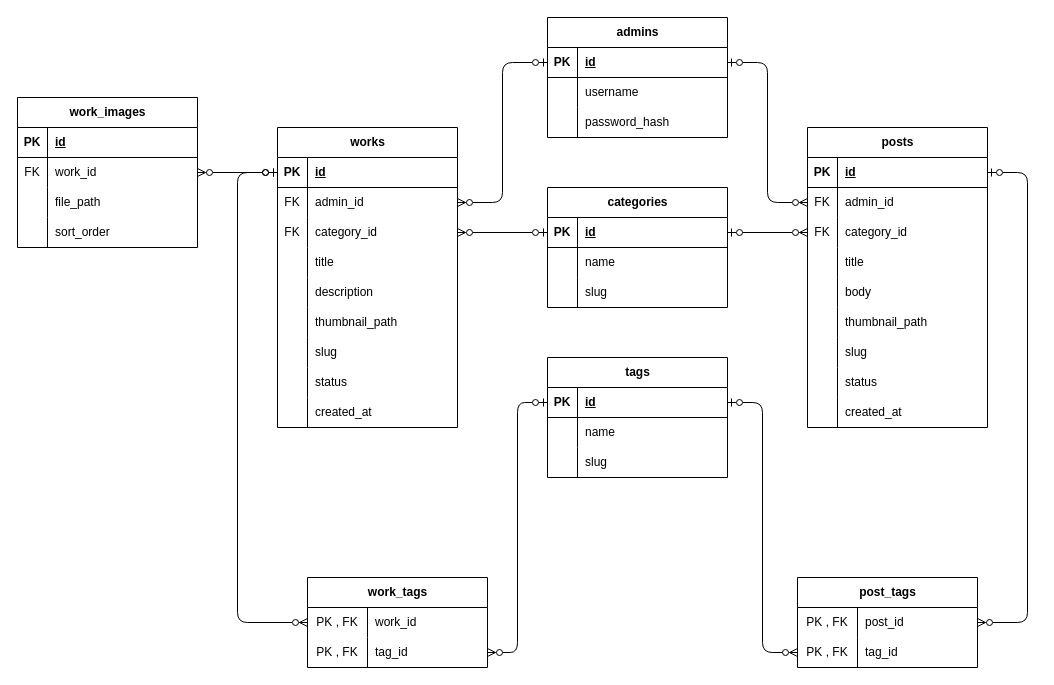
The draw.io diagram db.drawio in Wild-River/kadai09_auth, before the edit. Source tidied: cells renumbered, new cells numbered last; positions are measured from the earlier drawing's top-left corner, leaving out a move shared by most shapes. Both pictures are drawn from the tidied source at 100%, with x=0, y=0 at pixel (17, 17).
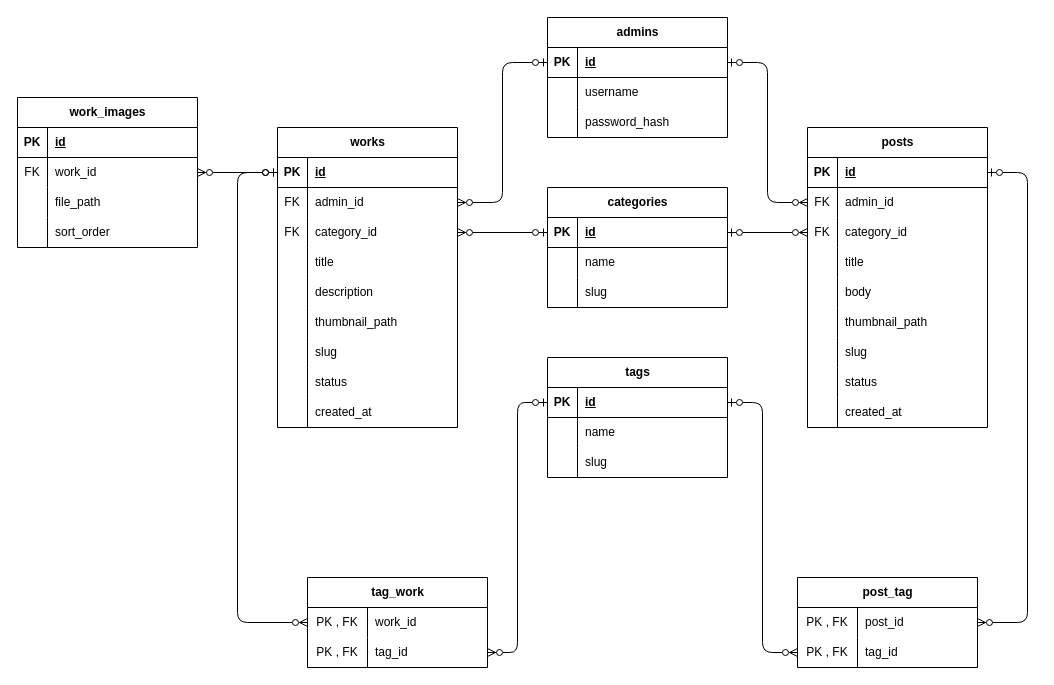
The same diagram, later.

Change to the diagram source:
```diff
@@
-    <mxCell id="58" value="post_tags" style="shape=table;startSize=30;childLayout=tableLayout;rowLines=0;fontStyle=1;align=center;html=1;" parent="1" vertex="1">
+    <mxCell id="58" value="post_tag" style="shape=table;startSize=30;childLayout=tableLayout;rowLines=0;fontStyle=1;align=center;html=1;" parent="1" vertex="1">
       <mxGeometry x="780" y="560" width="180" height="90" as="geometry" />
     </mxCell>
@@
-    <mxCell id="65" value="work_tags" style="shape=table;startSize=30;childLayout=tableLayout;rowLines=0;fontStyle=1;align=center;html=1;" parent="1" vertex="1">
+    <mxCell id="65" value="tag_work" style="shape=table;startSize=30;childLayout=tableLayout;rowLines=0;fontStyle=1;align=center;html=1;" parent="1" vertex="1">
       <mxGeometry x="290" y="560" width="180" height="90" as="geometry" />
     </mxCell>
```
